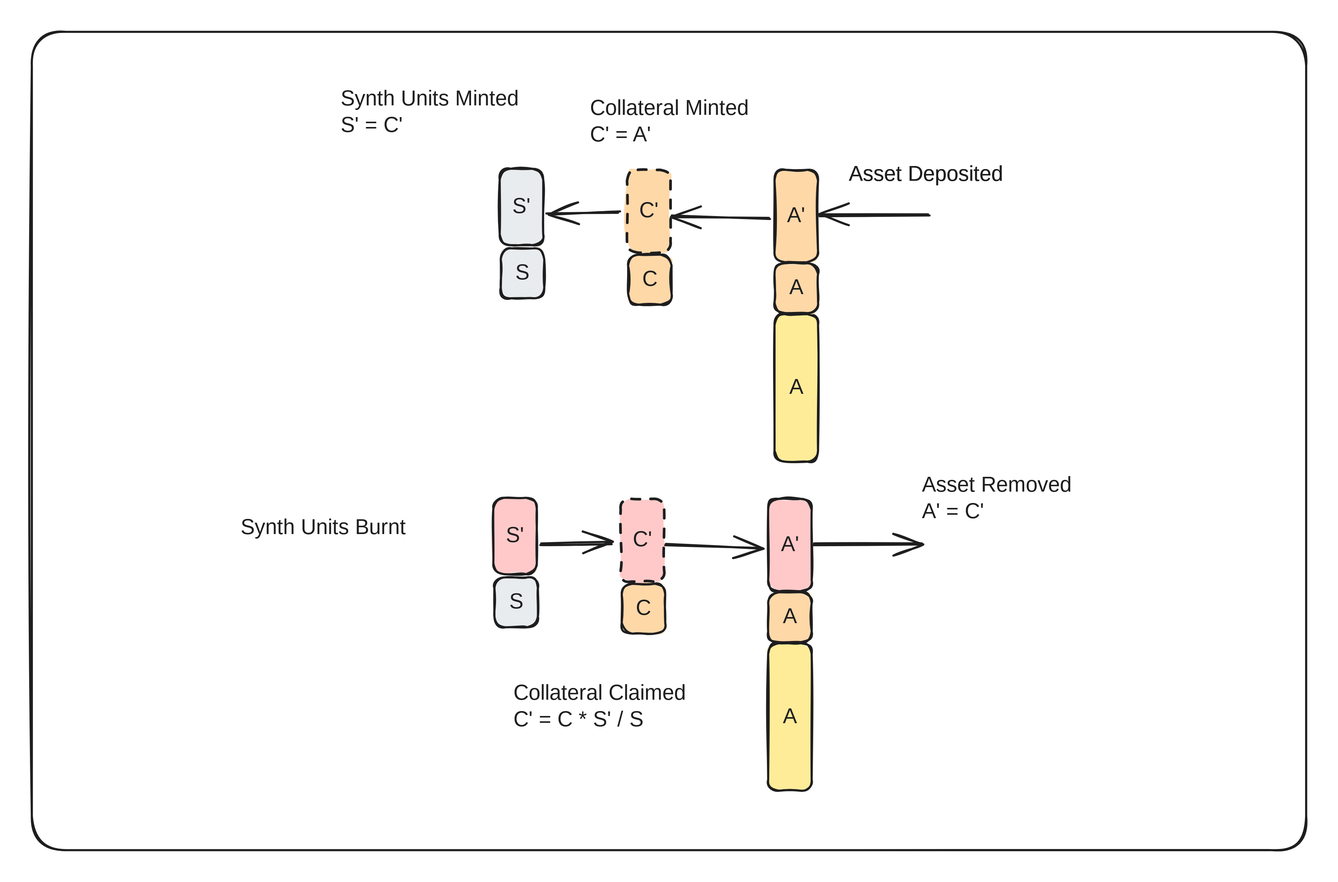
The Excalidraw diagram .gitbook/assets/file.excalidraw (14).svg in decaswap-labs/docs, before a commit. Source tidied: one line per element, renumbered; positions are measured from the earlier drawing's top-left corner, leaving out a move shared by most shapes.
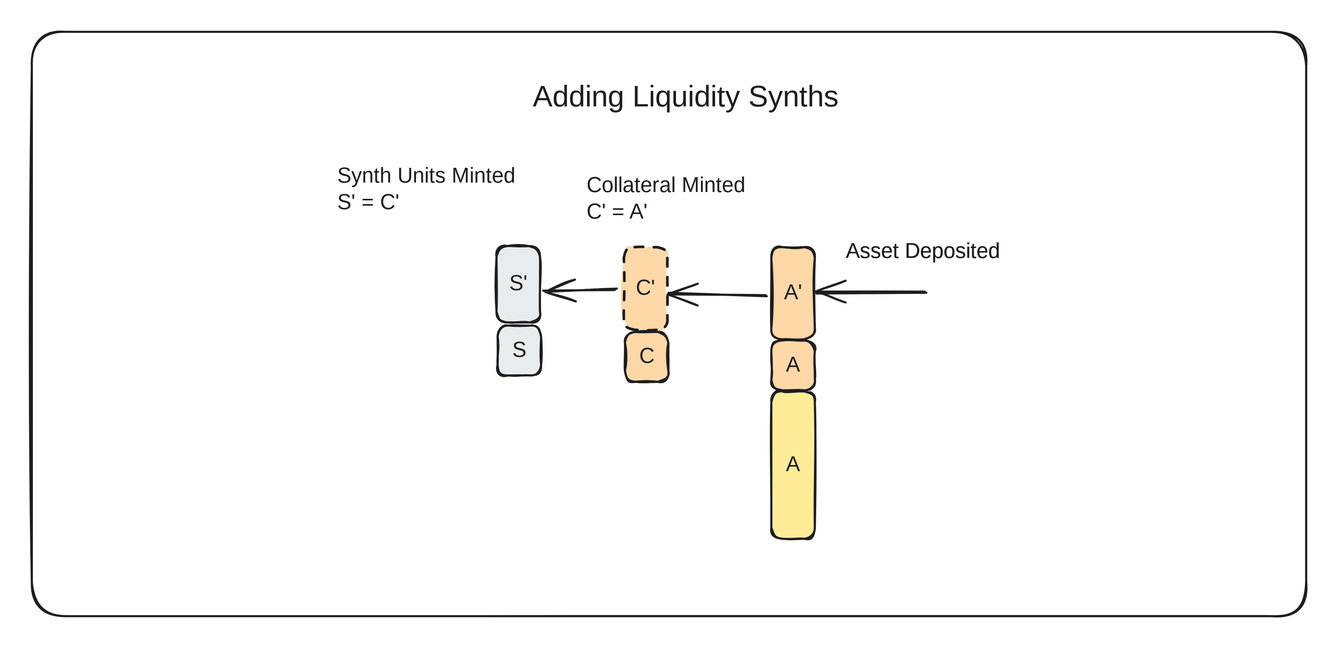
After the change.

Diff of the diagram source:
```diff
@@ -11,7 +11,7 @@
 {"id": 10, "type": "arrow", "strokeColor": "#1e1e1e", "backgroundColor": "#e9ecef", "fillStyle": "solid", "strokeWidth": 2, "roughness": 1, "endArrowhead": "arrow", "round": true, "to": 2, "x": 846, "y": 173, "width": 104, "height": 0, "points": [[0, 0], [-104, 0]]}
 {"id": 11, "type": "text", "text": "Asset Deposited", "strokeColor": "#1e1e1e", "backgroundColor": "#e9ecef", "fillStyle": "solid", "strokeWidth": 2, "roughness": 1, "fontSize": 20, "fontFamily": 1, "x": 770, "y": 122, "width": 163, "height": 25}
 {"id": 12, "type": "text", "text": "Collateral Minted\nC' = A'", "strokeColor": "#1e1e1e", "backgroundColor": "#e9ecef", "fillStyle": "solid", "strokeWidth": 2, "roughness": 1, "fontSize": 20, "fontFamily": 1, "x": 526, "y": 60, "width": 170, "height": 50}
-{"id": 13, "type": "text", "text": "Synth Units Minted\nS' = C'", "strokeColor": "#1e1e1e", "backgroundColor": "#e9ecef", "fillStyle": "solid", "strokeWidth": 2, "roughness": 1, "fontSize": 20, "fontFamily": 1, "x": 291, "y": 51, "width": 185, "height": 50}
+{"id": 42, "type": "text", "text": "Synth Units Minted\nS' = C'", "strokeColor": "#1e1e1e", "backgroundColor": "#e9ecef", "fillStyle": "solid", "strokeWidth": 2, "roughness": 1, "fontSize": 20, "fontFamily": 1, "x": 291, "y": 51, "width": 185, "height": 50}
 {"id": 14, "type": "rectangle", "strokeColor": "#1e1e1e", "backgroundColor": "#ffd8a8", "fillStyle": "solid", "strokeWidth": 2, "roughness": 1, "round": true, "x": 700, "y": 218, "width": 41, "height": 47}
 {"id": 15, "type": "text", "text": "A", "strokeColor": "#1e1e1e", "backgroundColor": "#ffec99", "fillStyle": "solid", "strokeWidth": 2, "roughness": 1, "fontSize": 20, "fontFamily": 1, "textAlign": "center", "verticalAlign": "middle", "inside": 14, "x": 714, "y": 229, "width": 13, "height": 25}
 {"id": 16, "type": "rectangle", "strokeColor": "#1e1e1e", "backgroundColor": "#ffd8a8", "fillStyle": "solid", "strokeWidth": 2, "roughness": 1, "round": true, "x": 562, "y": 210, "width": 41, "height": 47}
@@ -19,24 +19,5 @@
 {"id": 18, "type": "text", "text": "Asset Deposited", "strokeColor": "#1e1e1e", "backgroundColor": "#e9ecef", "fillStyle": "solid", "strokeWidth": 2, "roughness": 1, "fontSize": 20, "fontFamily": 1, "x": 770, "y": 122, "width": 163, "height": 25}
 {"id": 19, "type": "rectangle", "strokeColor": "#1e1e1e", "backgroundColor": "#e9ecef", "fillStyle": "solid", "strokeWidth": 2, "roughness": 1, "round": true, "x": 442, "y": 204, "width": 41, "height": 47}
 {"id": 20, "type": "text", "text": "S", "strokeColor": "#1e1e1e", "backgroundColor": "#ffec99", "fillStyle": "solid", "strokeWidth": 2, "roughness": 1, "fontSize": 20, "fontFamily": 1, "textAlign": "center", "verticalAlign": "middle", "inside": 19, "x": 456, "y": 215, "width": 12, "height": 25}
-{"id": 21, "type": "rectangle", "strokeColor": "#1e1e1e", "backgroundColor": "#ffec99", "fillStyle": "solid", "strokeWidth": 2, "roughness": 1, "round": true, "x": 694, "y": 576, "width": 41, "height": 139}
-{"id": 22, "type": "text", "text": "A", "strokeColor": "#1e1e1e", "backgroundColor": "#ffec99", "fillStyle": "solid", "strokeWidth": 2, "roughness": 1, "fontSize": 20, "fontFamily": 1, "textAlign": "center", "verticalAlign": "middle", "inside": 21, "x": 708, "y": 633, "width": 13, "height": 25}
-{"id": 23, "type": "rectangle", "strokeColor": "#1e1e1e", "backgroundColor": "#ffc9c9", "fillStyle": "solid", "strokeWidth": 2, "roughness": 1, "round": true, "x": 694, "y": 440, "width": 41, "height": 87}
-{"id": 24, "type": "text", "text": "A'", "strokeColor": "#1e1e1e", "backgroundColor": "#ffec99", "fillStyle": "solid", "strokeWidth": 2, "roughness": 1, "fontSize": 20, "fontFamily": 1, "textAlign": "center", "verticalAlign": "middle", "inside": 23, "x": 705, "y": 471, "width": 18, "height": 25}
-{"id": 25, "type": "rectangle", "strokeColor": "#1e1e1e", "backgroundColor": "#ffc9c9", "fillStyle": "solid", "strokeWidth": 2, "strokeStyle": "dashed", "roughness": 1, "round": true, "x": 555, "y": 440, "width": 41, "height": 78}
-{"id": 26, "type": "text", "text": "C'", "strokeColor": "#1e1e1e", "backgroundColor": "#ffec99", "fillStyle": "solid", "strokeWidth": 2, "roughness": 1, "fontSize": 20, "fontFamily": 1, "textAlign": "center", "verticalAlign": "middle", "inside": 25, "x": 566, "y": 466, "width": 18, "height": 25}
-{"id": 27, "type": "rectangle", "strokeColor": "#1e1e1e", "backgroundColor": "#ffc9c9", "fillStyle": "solid", "strokeWidth": 2, "roughness": 1, "round": true, "x": 435, "y": 439, "width": 41, "height": 72}
-{"id": 28, "type": "text", "text": "S'", "strokeColor": "#1e1e1e", "backgroundColor": "#ffec99", "fillStyle": "solid", "strokeWidth": 2, "roughness": 1, "fontSize": 20, "fontFamily": 1, "textAlign": "center", "verticalAlign": "middle", "inside": 27, "x": 447, "y": 462, "width": 17, "height": 25}
-{"id": 29, "type": "arrow", "strokeColor": "#1e1e1e", "backgroundColor": "#e9ecef", "fillStyle": "solid", "strokeWidth": 2, "roughness": 1, "startArrowhead": "arrow", "round": true, "from": 23, "to": 25, "x": 689, "y": 486, "width": 92, "height": 3, "points": [[0, 0], [-92, -3]]}
-{"id": 30, "type": "arrow", "strokeColor": "#1e1e1e", "backgroundColor": "#e9ecef", "fillStyle": "solid", "strokeWidth": 2, "roughness": 1, "startArrowhead": "arrow", "round": true, "from": 25, "to": 27, "x": 547, "y": 481, "width": 67, "height": 1, "points": [[0, 0], [-67, 1]]}
-{"id": 31, "type": "arrow", "strokeColor": "#1e1e1e", "backgroundColor": "#e9ecef", "fillStyle": "solid", "strokeWidth": 2, "roughness": 1, "startArrowhead": "arrow", "round": true, "to": 23, "x": 840, "y": 483, "width": 104, "height": 0, "points": [[0, 0], [-104, 0]]}
-{"id": 32, "type": "text", "text": "Asset Removed\nA' = C'", "strokeColor": "#1e1e1e", "backgroundColor": "#e9ecef", "fillStyle": "solid", "strokeWidth": 2, "roughness": 1, "fontSize": 20, "fontFamily": 1, "x": 839, "y": 415, "width": 148, "height": 50}
-{"id": 33, "type": "text", "text": "Collateral Claimed\nC' = C * S' / S", "strokeColor": "#1e1e1e", "backgroundColor": "#e9ecef", "fillStyle": "solid", "strokeWidth": 2, "roughness": 1, "fontSize": 20, "fontFamily": 1, "x": 454, "y": 611, "width": 178, "height": 50}
-{"id": 34, "type": "text", "text": "Synth Units Burnt", "strokeColor": "#1e1e1e", "backgroundColor": "#e9ecef", "fillStyle": "solid", "strokeWidth": 2, "roughness": 1, "fontSize": 20, "fontFamily": 1, "x": 197, "y": 455, "width": 177, "height": 25}
-{"id": 35, "type": "rectangle", "strokeColor": "#1e1e1e", "backgroundColor": "#ffd8a8", "fillStyle": "solid", "strokeWidth": 2, "roughness": 1, "round": true, "x": 694, "y": 528, "width": 41, "height": 47}
-{"id": 36, "type": "text", "text": "A", "strokeColor": "#1e1e1e", "backgroundColor": "#ffec99", "fillStyle": "solid", "strokeWidth": 2, "roughness": 1, "fontSize": 20, "fontFamily": 1, "textAlign": "center", "verticalAlign": "middle", "inside": 35, "x": 708, "y": 539, "width": 13, "height": 25}
-{"id": 37, "type": "rectangle", "strokeColor": "#1e1e1e", "backgroundColor": "#ffd8a8", "fillStyle": "solid", "strokeWidth": 2, "roughness": 1, "round": true, "x": 556, "y": 520, "width": 41, "height": 47}
-{"id": 38, "type": "text", "text": "C", "strokeColor": "#1e1e1e", "backgroundColor": "#ffec99", "fillStyle": "solid", "strokeWidth": 2, "roughness": 1, "fontSize": 20, "fontFamily": 1, "textAlign": "center", "verticalAlign": "middle", "inside": 37, "x": 570, "y": 531, "width": 13, "height": 25}
-{"id": 39, "type": "rectangle", "strokeColor": "#1e1e1e", "backgroundColor": "#e9ecef", "fillStyle": "solid", "strokeWidth": 2, "roughness": 1, "round": true, "x": 436, "y": 514, "width": 41, "height": 47}
-{"id": 40, "type": "text", "text": "S", "strokeColor": "#1e1e1e", "backgroundColor": "#ffec99", "fillStyle": "solid", "strokeWidth": 2, "roughness": 1, "fontSize": 20, "fontFamily": 1, "textAlign": "center", "verticalAlign": "middle", "inside": 39, "x": 450, "y": 525, "width": 12, "height": 25}
-{"id": 41, "type": "rectangle", "strokeColor": "#1e1e1e", "strokeWidth": 2, "roughness": 1, "round": true, "x": 0, "y": 0, "width": 1201, "height": 771}
+{"id": 41, "type": "rectangle", "strokeColor": "#1e1e1e", "strokeWidth": 2, "roughness": 1, "round": true, "x": 3, "y": -73, "width": 1201, "height": 551}
+{"id": 13, "type": "text", "text": "Adding Liquidity Synths", "strokeColor": "#1e1e1e", "backgroundColor": "#e9ecef", "fillStyle": "solid", "strokeWidth": 2, "roughness": 1, "fontSize": 28, "fontFamily": 1, "textAlign": "center", "x": 464, "y": -28, "width": 311, "height": 35}
```
